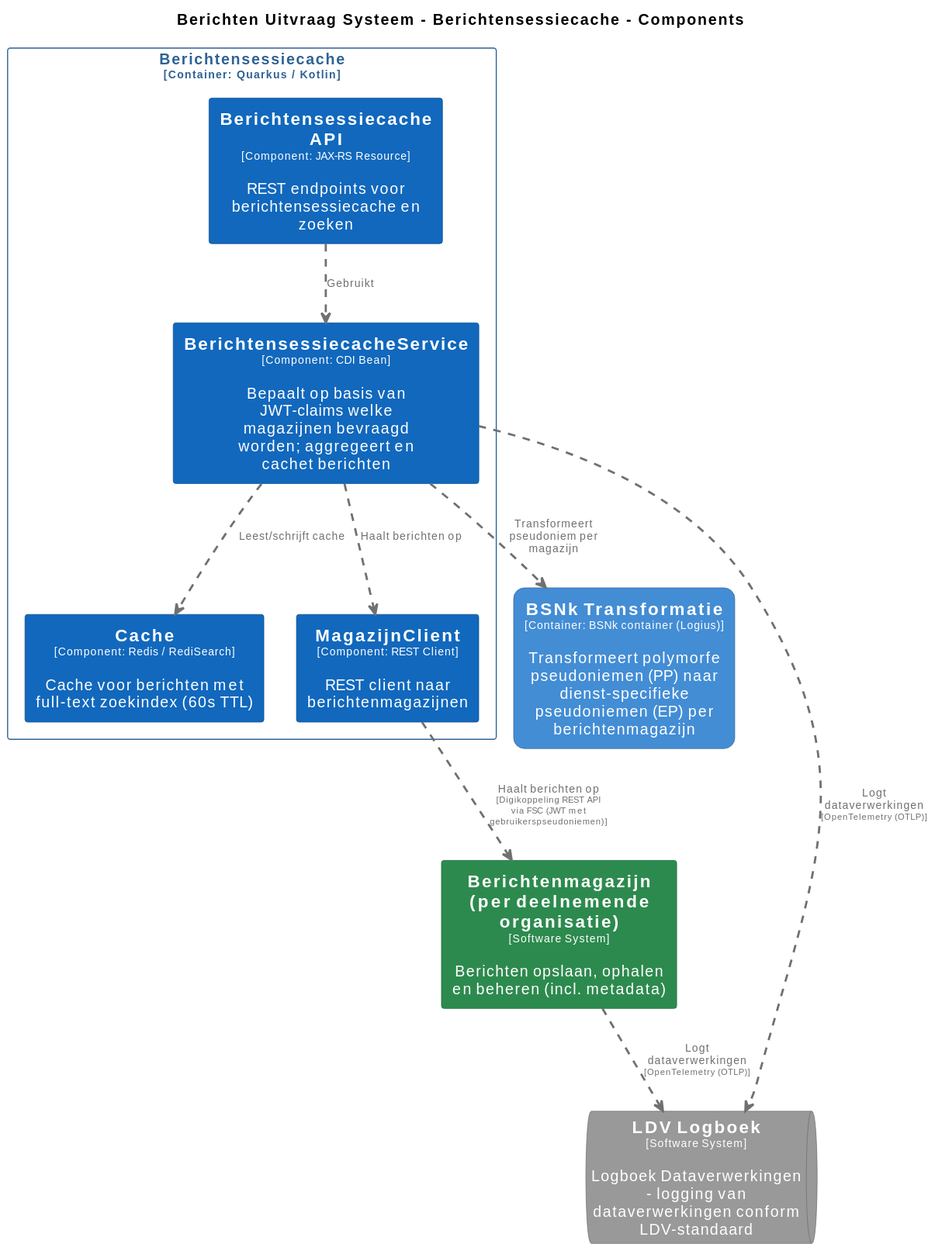
Earlier version of the PlantUML export pr-preview/pr-22/master/svg/BerichtensessiecacheComponenten.svg (MinBZK/moza-poc-fbs-berichtenbox). Its source is kept beside it as pr-preview/pr-22/master/puml/BerichtensessiecacheComponenten.puml.
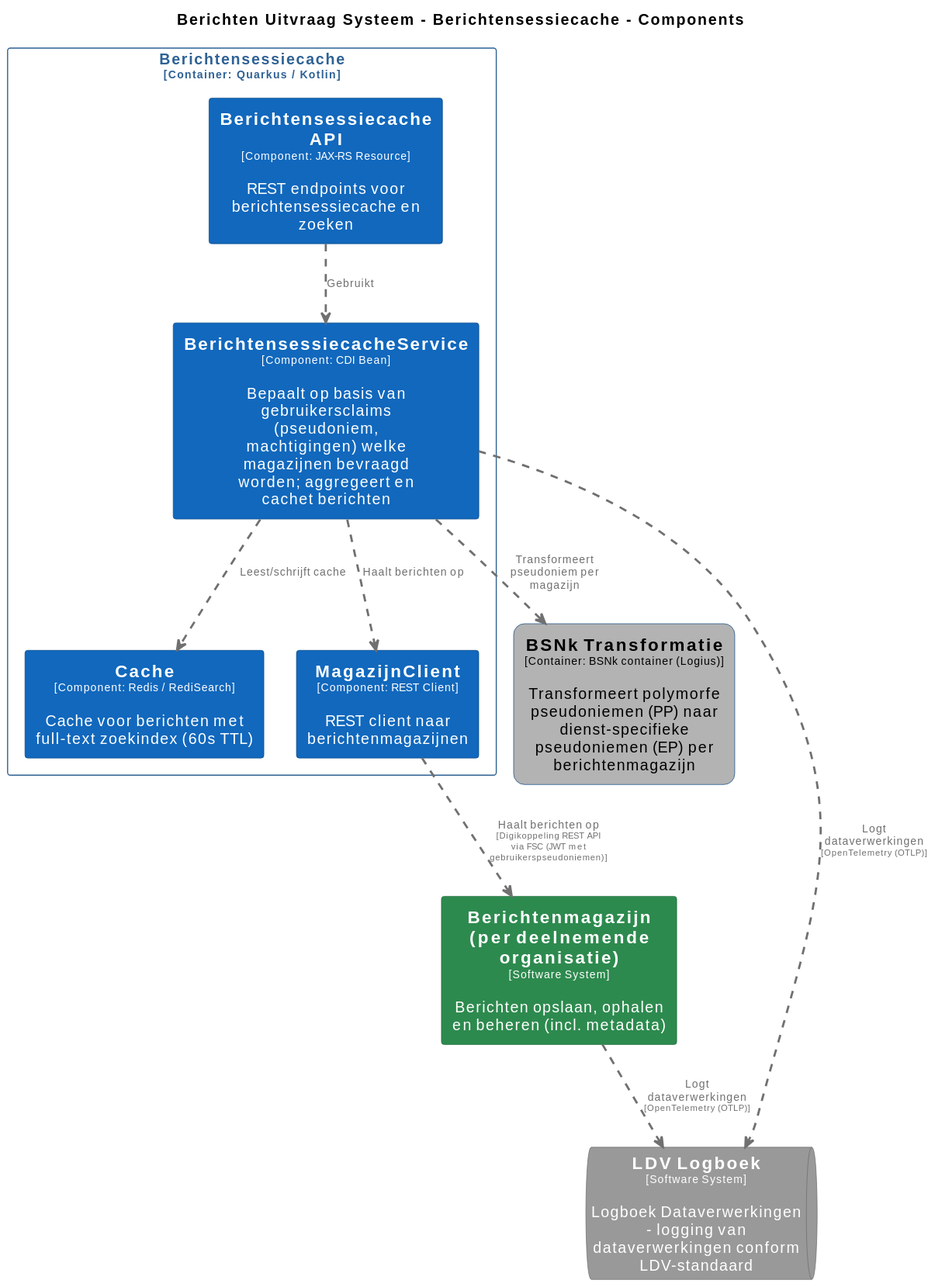
After the commit.

The edit, as a diff of the source:
```diff
@@ -16,9 +16,9 @@
 hide stereotype
 
 skinparam rectangle<<BerichtenUitvraagSysteem.BSNkTransformatie>> {
-  BackgroundColor #438dd5
-  FontColor #ffffff
-  BorderColor #2e6295
+  BackgroundColor #b3b3b3
+  FontColor #000000
+  BorderColor #0b4884
   roundCorner 20
   shadowing false
 }
@@ -70,7 +70,7 @@
 
 rectangle "Berichtensessiecache\n<size:10>[Container: Quarkus / Kotlin]</size>" <<BerichtenUitvraagSysteem.Berichtensessiecache>> {
   rectangle "==Berichtensessiecache API\n<size:10>[Component: JAX-RS Resource]</size>\n\nREST endpoints voor berichtensessiecache en zoeken" <<BerichtenUitvraagSysteem.Berichtensessiecache.BerichtensessiecacheAPI>> as BerichtenUitvraagSysteem.Berichtensessiecache.BerichtensessiecacheAPI
-  rectangle "==BerichtensessiecacheService\n<size:10>[Component: CDI Bean]</size>\n\nBepaalt op basis van JWT-claims welke magazijnen bevraagd worden; aggregeert en cachet berichten" <<BerichtenUitvraagSysteem.Berichtensessiecache.BerichtensessiecacheService>> as BerichtenUitvraagSysteem.Berichtensessiecache.BerichtensessiecacheService
+  rectangle "==BerichtensessiecacheService\n<size:10>[Component: CDI Bean]</size>\n\nBepaalt op basis van gebruikersclaims (pseudoniem, machtigingen) welke magazijnen bevraagd worden; aggregeert en cachet berichten" <<BerichtenUitvraagSysteem.Berichtensessiecache.BerichtensessiecacheService>> as BerichtenUitvraagSysteem.Berichtensessiecache.BerichtensessiecacheService
   rectangle "==Cache\n<size:10>[Component: Redis / RediSearch]</size>\n\nCache voor berichten met full-text zoekindex (60s TTL)" <<BerichtenUitvraagSysteem.Berichtensessiecache.Cache>> as BerichtenUitvraagSysteem.Berichtensessiecache.Cache
   rectangle "==MagazijnClient\n<size:10>[Component: REST Client]</size>\n\nREST client naar berichtenmagazijnen" <<BerichtenUitvraagSysteem.Berichtensessiecache.MagazijnClient>> as BerichtenUitvraagSysteem.Berichtensessiecache.MagazijnClient
 }
```
